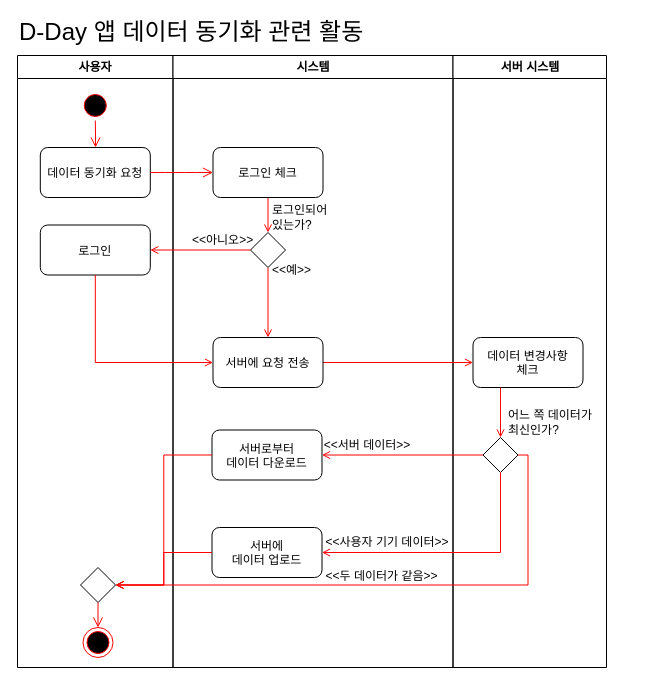
This is activity diagram - userinfoupdate.drawio from baechuTree/softwareEngineering, a draw.io file, before an edit. Source tidied: cells renumbered, new cells numbered last; positions are measured from the earlier drawing's top-left corner, leaving out a move shared by most shapes. Both pictures are drawn from the tidied source at 100%, with x=0, y=0 at pixel (17, 17).
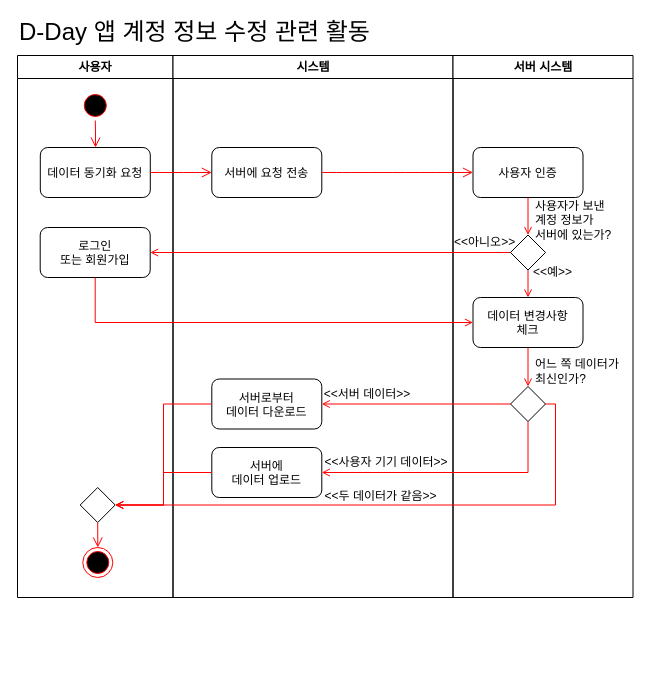
After the change.

Unchanged cells that the change refers to:
```xml
<mxCell id="5" value="데이터 동기화 요청" style="rounded=1;" parent="2" vertex="1">
  <mxGeometry x="22.8" y="92" width="110" height="50" as="geometry" />
</mxCell>
```

Change to the diagram source:
```diff
@@
     <mxCell id="2" value="사용자" style="swimlane;whiteSpace=wrap;startSize=23;" parent="1" vertex="1">
-      <mxGeometry y="38" width="155.5" height="612" as="geometry" />
+      <mxGeometry y="38" width="155.5" height="542" as="geometry" />
     </mxCell>
@@
-    <mxCell id="6" value="로그인" style="rounded=1;" parent="2" vertex="1">
-      <mxGeometry x="22.8" y="169.5" width="110" height="50" as="geometry" />
-    </mxCell>
-    <mxCell id="7" style="ellipse;shape=endState;fillColor=#000000;strokeColor=#ff0000;" parent="2" vertex="1">
-      <mxGeometry x="65.5" y="572" width="30" height="30" as="geometry" />
-    </mxCell>
-    <mxCell id="8" style="rhombus;whiteSpace=wrap;html=1;" parent="2" vertex="1">
-      <mxGeometry x="63" y="512" width="35" height="35" as="geometry" />
-    </mxCell>
-    <mxCell id="9" style="rounded=0;jettySize=auto;html=1;fontSize=12;startSize=8;endSize=8;strokeColor=#FF0000;endArrow=open;endFill=0;exitX=0.5;exitY=1;exitDx=0;exitDy=0;entryX=0.5;entryY=0;entryDx=0;entryDy=0;" parent="2" edge="1" source="8" target="7">
-      <mxGeometry relative="1" as="geometry" />
-    </mxCell>
     <mxCell id="10" value="시스템" style="swimlane;whiteSpace=wrap;" parent="1" vertex="1">
-      <mxGeometry x="155.5" y="38" width="280" height="612" as="geometry" />
+      <mxGeometry x="155.5" y="38" width="280" height="542" as="geometry" />
     </mxCell>
+    <mxCell id="32" value="서버에 요청 전송" style="rounded=1;" parent="10" vertex="1">
+      <mxGeometry x="38.8" y="92" width="110" height="50" as="geometry" />
+    </mxCell>
+    <mxCell id="39" style="ellipse;shape=endState;fillColor=#000000;strokeColor=#ff0000;" parent="10" vertex="1">
+      <mxGeometry x="-90.2" y="492" width="30" height="30" as="geometry" />
+    </mxCell>
+    <mxCell id="40" style="rhombus;whiteSpace=wrap;html=1;" parent="10" vertex="1">
+      <mxGeometry x="-92.8" y="432" width="35" height="35" as="geometry" />
+    </mxCell>
+    <mxCell id="41" style="rounded=0;jettySize=auto;html=1;fontSize=12;startSize=8;endSize=8;strokeColor=#FF0000;endArrow=open;endFill=0;exitX=0.5;exitY=1;exitDx=0;exitDy=0;entryX=0.5;entryY=0;entryDx=0;entryDy=0;" parent="10" edge="1" source="40" target="39">
+      <mxGeometry relative="1" as="geometry" />
+    </mxCell>
     <mxCell id="11" value="&amp;lt;&amp;lt;두 데이터가 같음&amp;gt;&amp;gt;" style="text;html=1;align=center;verticalAlign=middle;whiteSpace=wrap;rounded=0;" parent="10" vertex="1">
-      <mxGeometry x="150" y="506" width="117" height="30" as="geometry" />
+      <mxGeometry x="149.8" y="426" width="117" height="30" as="geometry" />
     </mxCell>
-    <mxCell id="12" style="rhombus;whiteSpace=wrap;html=1;" parent="10" vertex="1">
-      <mxGeometry x="77.5" y="177" width="35" height="35" as="geometry" />
-    </mxCell>
-    <mxCell id="13" value="로그인되어&lt;div&gt;있는가?&lt;/div&gt;" style="text;html=1;align=left;verticalAlign=middle;whiteSpace=wrap;rounded=0;" parent="10" vertex="1">
-      <mxGeometry x="97.5" y="147" width="60" height="30" as="geometry" />
-    </mxCell>
+    <mxCell id="18" value="서버에&#10;데이터 업로드" style="rounded=1;" parent="10" vertex="1">
+      <mxGeometry x="38.8" y="392" width="110" height="50" as="geometry" />
+    </mxCell>
+    <mxCell id="21" value="&amp;lt;&amp;lt;사용자 기기 데이터&amp;gt;&amp;gt;" style="text;html=1;align=center;verticalAlign=middle;whiteSpace=wrap;rounded=0;" parent="10" vertex="1">
+      <mxGeometry x="148.8" y="392" width="130" height="30" as="geometry" />
+    </mxCell>
+    <mxCell id="42" style="endArrow=open;strokeColor=#FF0000;endFill=1;rounded=0;entryX=1;entryY=0.5;entryDx=0;entryDy=0;exitX=0;exitY=0.5;exitDx=0;exitDy=0;edgeStyle=orthogonalEdgeStyle;" parent="10" edge="1" source="18" target="40">
+      <mxGeometry relative="1" as="geometry" />
+    </mxCell>
+    <mxCell id="19" value="서버로부터&#10;데이터 다운로드" style="rounded=1;" parent="10" vertex="1">
+      <mxGeometry x="38.8" y="323.5" width="110" height="50" as="geometry" />
+    </mxCell>
+    <mxCell id="43" style="endArrow=open;strokeColor=#FF0000;endFill=1;rounded=0;entryX=1;entryY=0.5;entryDx=0;entryDy=0;exitX=0;exitY=0.5;exitDx=0;exitDy=0;edgeStyle=orthogonalEdgeStyle;" parent="10" edge="1" source="19" target="40">
+      <mxGeometry relative="1" as="geometry" />
+    </mxCell>
+    <mxCell id="20" value="&amp;lt;&amp;lt;서버 데이터&amp;gt;&amp;gt;" style="text;html=1;align=center;verticalAlign=middle;whiteSpace=wrap;rounded=0;" parent="10" vertex="1">
+      <mxGeometry x="149.8" y="323.5" width="90" height="30" as="geometry" />
+    </mxCell>
+    <mxCell id="44" value="D-Day 앱 계정 정보 수정 관련 활동" style="text;html=1;align=left;verticalAlign=middle;whiteSpace=wrap;rounded=0;fontSize=24;" parent="1" vertex="1">
+      <mxGeometry width="385.5" height="30" as="geometry" />
+    </mxCell>
+    <mxCell id="17" value="서버 시스템" style="swimlane;whiteSpace=wrap;startSize=23;" parent="1" vertex="1">
+      <mxGeometry x="435.5" y="38" width="180" height="542" as="geometry" />
+    </mxCell>
+    <mxCell id="24" value="데이터 변경사항&#10;체크" style="rounded=1;" parent="17" vertex="1">
+      <mxGeometry x="20" y="242" width="110" height="50" as="geometry" />
+    </mxCell>
+    <mxCell id="45" style="endArrow=open;strokeColor=#FF0000;endFill=1;rounded=0;entryX=0.5;entryY=0;entryDx=0;entryDy=0;exitX=0.25;exitY=1;exitDx=0;exitDy=0;" parent="17" edge="1" target="53">
+      <mxGeometry relative="1" as="geometry">
+        <mxPoint x="75" y="292" as="sourcePoint" />
+      </mxGeometry>
+    </mxCell>
+    <mxCell id="46" value="사용자 인증" style="rounded=1;" parent="17" vertex="1">
+      <mxGeometry x="20" y="92" width="110" height="50" as="geometry" />
+    </mxCell>
+    <mxCell id="47" value="&lt;div&gt;사용자가 보낸&lt;/div&gt;&lt;div&gt;계정 정보가&lt;/div&gt;&lt;div&gt;서버에 있는가?&lt;/div&gt;" style="text;html=1;align=left;verticalAlign=middle;whiteSpace=wrap;rounded=0;" parent="17" vertex="1">
+      <mxGeometry x="80" y="150" width="90" height="30" as="geometry" />
+    </mxCell>
+    <mxCell id="48" style="endArrow=open;strokeColor=#FF0000;endFill=1;rounded=0;exitX=0.5;exitY=1;exitDx=0;exitDy=0;" parent="17" edge="1" source="46" target="52">
+      <mxGeometry relative="1" as="geometry" />
+    </mxCell>
+    <mxCell id="49" value="로그인&#10;또는 회원가입" style="rounded=1;" parent="17" vertex="1">
+      <mxGeometry x="-412.8" y="172" width="110" height="50" as="geometry" />
+    </mxCell>
+    <mxCell id="50" style="edgeStyle=orthogonalEdgeStyle;rounded=0;jettySize=auto;html=1;endArrow=open;endFill=0;strokeColor=#FF0000;entryX=1;entryY=0.5;entryDx=0;entryDy=0;exitX=0;exitY=0.5;exitDx=0;exitDy=0;" parent="17" edge="1" source="52" target="49">
+      <mxGeometry relative="1" as="geometry" />
+    </mxCell>
+    <mxCell id="15" value="&amp;lt;&amp;lt;아니오&amp;gt;&amp;gt;" style="text;html=1;align=left;verticalAlign=middle;whiteSpace=wrap;rounded=0;" parent="17" vertex="1">
+      <mxGeometry x="-1" y="172" width="70" height="30" as="geometry" />
+    </mxCell>
+    <mxCell id="51" style="edgeStyle=orthogonalEdgeStyle;rounded=0;jettySize=auto;html=1;endArrow=open;endFill=0;strokeColor=#FF0000;exitX=0.5;exitY=1;exitDx=0;exitDy=0;entryX=0;entryY=0.5;entryDx=0;entryDy=0;" parent="17" edge="1" source="49" target="24">
+      <mxGeometry relative="1" as="geometry" />
+    </mxCell>
+    <mxCell id="52" style="rhombus;whiteSpace=wrap;html=1;" parent="17" vertex="1">
+      <mxGeometry x="57.5" y="179.5" width="35" height="35" as="geometry" />
+    </mxCell>
-    <mxCell id="14" value="&amp;lt;&amp;lt;예&amp;gt;&amp;gt;" style="text;html=1;align=left;verticalAlign=middle;whiteSpace=wrap;rounded=0;" parent="10" vertex="1">
-      <mxGeometry x="97" y="199.5" width="60" height="30" as="geometry" />
+    <mxCell id="14" value="&amp;lt;&amp;lt;예&amp;gt;&amp;gt;" style="text;html=1;align=left;verticalAlign=middle;whiteSpace=wrap;rounded=0;" parent="17" vertex="1">
+      <mxGeometry x="78.5" y="202" width="60" height="30" as="geometry" />
     </mxCell>
-    <mxCell id="15" value="&amp;lt;&amp;lt;아니오&amp;gt;&amp;gt;" style="text;html=1;align=left;verticalAlign=middle;whiteSpace=wrap;rounded=0;" parent="10" vertex="1">
-      <mxGeometry x="17.5" y="169.5" width="70" height="30" as="geometry" />
-    </mxCell>
-    <mxCell id="16" value="D-Day 앱 데이터 동기화 관련 활동" style="text;html=1;align=left;verticalAlign=middle;whiteSpace=wrap;rounded=0;fontSize=24;" parent="1" vertex="1">
-      <mxGeometry width="385.5" height="30" as="geometry" />
-    </mxCell>
-    <mxCell id="17" value="서버 시스템" style="swimlane;whiteSpace=wrap;startSize=23;" parent="1" vertex="1">
-      <mxGeometry x="435.5" y="38" width="153.5" height="612" as="geometry" />
-    </mxCell>
-    <mxCell id="18" value="서버에&#10;데이터 업로드" style="rounded=1;" parent="17" vertex="1">
-      <mxGeometry x="-241" y="472" width="110" height="50" as="geometry" />
-    </mxCell>
-    <mxCell id="19" value="서버로부터&#10;데이터 다운로드" style="rounded=1;" parent="17" vertex="1">
-      <mxGeometry x="-241" y="374.5" width="110" height="50" as="geometry" />
-    </mxCell>
-    <mxCell id="20" value="&amp;lt;&amp;lt;서버 데이터&amp;gt;&amp;gt;" style="text;html=1;align=center;verticalAlign=middle;whiteSpace=wrap;rounded=0;" parent="17" vertex="1">
-      <mxGeometry x="-131" y="374.5" width="90" height="30" as="geometry" />
-    </mxCell>
-    <mxCell id="21" value="&amp;lt;&amp;lt;사용자 기기 데이터&amp;gt;&amp;gt;" style="text;html=1;align=center;verticalAlign=middle;whiteSpace=wrap;rounded=0;" parent="17" vertex="1">
-      <mxGeometry x="-131" y="472" width="130" height="30" as="geometry" />
-    </mxCell>
-    <mxCell id="22" style="rhombus;whiteSpace=wrap;html=1;" parent="17" vertex="1">
-      <mxGeometry x="30" y="382" width="35" height="35" as="geometry" />
-    </mxCell>
+    <mxCell id="53" style="rhombus;whiteSpace=wrap;html=1;" parent="17" vertex="1">
+      <mxGeometry x="57.5" y="331" width="35" height="35" as="geometry" />
+    </mxCell>
     <mxCell id="23" value="어느 쪽 데이터가&lt;div&gt;최신인가?&lt;/div&gt;" style="text;html=1;align=left;verticalAlign=middle;whiteSpace=wrap;rounded=0;" parent="17" vertex="1">
-      <mxGeometry x="53" y="352" width="110" height="30" as="geometry" />
+      <mxGeometry x="80.5" y="301" width="89.5" height="30" as="geometry" />
     </mxCell>
-    <mxCell id="24" value="데이터 변경사항&#10;체크" style="rounded=1;" parent="17" vertex="1">
-      <mxGeometry x="20" y="282" width="110" height="50" as="geometry" />
-    </mxCell>
-    <mxCell id="25" style="endArrow=open;strokeColor=#FF0000;endFill=1;rounded=0;entryX=0.5;entryY=0;entryDx=0;entryDy=0;exitX=0.25;exitY=1;exitDx=0;exitDy=0;" parent="17" edge="1" source="24" target="22">
-      <mxGeometry relative="1" as="geometry" />
-    </mxCell>
-    <mxCell id="26" style="endArrow=open;strokeColor=#FF0000;endFill=1;rounded=0;entryX=1;entryY=0.5;entryDx=0;entryDy=0;exitX=0.5;exitY=1;exitDx=0;exitDy=0;edgeStyle=orthogonalEdgeStyle;" parent="17" edge="1" source="22" target="18">
-      <mxGeometry relative="1" as="geometry" />
-    </mxCell>
-    <mxCell id="27" style="endArrow=open;strokeColor=#FF0000;endFill=1;rounded=0;entryX=1;entryY=0.5;entryDx=0;entryDy=0;exitX=0;exitY=0.5;exitDx=0;exitDy=0;edgeStyle=orthogonalEdgeStyle;" parent="17" edge="1" source="22" target="19">
-      <mxGeometry relative="1" as="geometry" />
-    </mxCell>
-    <mxCell id="28" style="edgeStyle=none;curved=1;rounded=0;jettySize=auto;html=1;fontSize=12;startSize=8;endSize=8;strokeColor=#FF0000;endArrow=open;endFill=0;entryX=0;entryY=0.5;entryDx=0;entryDy=0;" parent="1" edge="1" source="5" target="38">
-      <mxGeometry relative="1" as="geometry" />
-    </mxCell>
-    <mxCell id="29" style="edgeStyle=orthogonalEdgeStyle;rounded=0;jettySize=auto;html=1;endArrow=open;endFill=0;strokeColor=#FF0000;entryX=1;entryY=0.5;entryDx=0;entryDy=0;exitX=0;exitY=0.5;exitDx=0;exitDy=0;" parent="1" edge="1" source="12" target="6">
-      <mxGeometry relative="1" as="geometry" />
-    </mxCell>
-    <mxCell id="30" style="edgeStyle=orthogonalEdgeStyle;rounded=0;jettySize=auto;html=1;endArrow=open;endFill=0;strokeColor=#FF0000;exitX=1;exitY=0.5;exitDx=0;exitDy=0;entryX=0;entryY=0.5;entryDx=0;entryDy=0;" parent="1" edge="1" source="32" target="24">
-      <mxGeometry relative="1" as="geometry" />
-    </mxCell>
-    <mxCell id="31" style="edgeStyle=orthogonalEdgeStyle;rounded=0;jettySize=auto;html=1;endArrow=open;endFill=0;strokeColor=#FF0000;exitX=0.5;exitY=1;exitDx=0;exitDy=0;entryX=0;entryY=0.5;entryDx=0;entryDy=0;" parent="1" edge="1" source="6" target="32">
-      <mxGeometry relative="1" as="geometry" />
-    </mxCell>
-    <mxCell id="32" value="서버에 요청 전송" style="rounded=1;" parent="1" vertex="1">
-      <mxGeometry x="195.5" y="320" width="110" height="50" as="geometry" />
-    </mxCell>
-    <mxCell id="33" style="endArrow=open;strokeColor=#FF0000;endFill=1;rounded=0;entryX=0.5;entryY=0;entryDx=0;entryDy=0;exitX=0.5;exitY=1;exitDx=0;exitDy=0;" parent="1" edge="1" source="12" target="32">
-      <mxGeometry relative="1" as="geometry" />
-    </mxCell>
-    <mxCell id="34" style="endArrow=open;strokeColor=#FF0000;endFill=1;rounded=0;entryX=1;entryY=0.5;entryDx=0;entryDy=0;exitX=0;exitY=0.5;exitDx=0;exitDy=0;edgeStyle=orthogonalEdgeStyle;" parent="1" edge="1" source="18" target="8">
-      <mxGeometry relative="1" as="geometry" />
-    </mxCell>
-    <mxCell id="35" style="endArrow=open;strokeColor=#FF0000;endFill=1;rounded=0;entryX=1;entryY=0.5;entryDx=0;entryDy=0;exitX=0;exitY=0.5;exitDx=0;exitDy=0;edgeStyle=orthogonalEdgeStyle;" parent="1" edge="1" source="19" target="8">
-      <mxGeometry relative="1" as="geometry" />
-    </mxCell>
-    <mxCell id="36" style="endArrow=open;strokeColor=#FF0000;endFill=1;rounded=0;entryX=1;entryY=0.5;entryDx=0;entryDy=0;exitX=1;exitY=0.5;exitDx=0;exitDy=0;edgeStyle=orthogonalEdgeStyle;" parent="1" edge="1" source="22" target="8">
-      <mxGeometry relative="1" as="geometry" />
-    </mxCell>
-    <mxCell id="37" style="endArrow=open;strokeColor=#FF0000;endFill=1;rounded=0;exitX=0.5;exitY=1;exitDx=0;exitDy=0;" parent="1" edge="1" source="38" target="12">
-      <mxGeometry relative="1" as="geometry" />
-    </mxCell>
-    <mxCell id="38" value="로그인 체크" style="rounded=1;" parent="1" vertex="1">
-      <mxGeometry x="195.5" y="130" width="110" height="50" as="geometry" />
-    </mxCell>
+    <mxCell id="54" style="endArrow=open;strokeColor=#FF0000;endFill=1;rounded=0;exitX=0.5;exitY=1;exitDx=0;exitDy=0;entryX=0.5;entryY=0;entryDx=0;entryDy=0;" parent="17" edge="1" source="52" target="24">
+      <mxGeometry relative="1" as="geometry" />
+    </mxCell>
+    <mxCell id="55" style="edgeStyle=none;curved=1;rounded=0;jettySize=auto;html=1;fontSize=12;startSize=8;endSize=8;strokeColor=#FF0000;endArrow=open;endFill=0;entryX=0;entryY=0.5;entryDx=0;entryDy=0;" parent="1" edge="1" source="5" target="32">
+      <mxGeometry relative="1" as="geometry" />
+    </mxCell>
+    <mxCell id="56" style="edgeStyle=none;curved=1;rounded=0;jettySize=auto;html=1;fontSize=12;startSize=8;endSize=8;strokeColor=#FF0000;endArrow=open;endFill=0;entryX=0;entryY=0.5;entryDx=0;entryDy=0;exitX=1;exitY=0.5;exitDx=0;exitDy=0;" parent="1" edge="1" source="32" target="46">
+      <mxGeometry relative="1" as="geometry" />
+    </mxCell>
+    <mxCell id="57" style="endArrow=open;strokeColor=#FF0000;endFill=1;rounded=0;entryX=1;entryY=0.5;entryDx=0;entryDy=0;exitX=1;exitY=0.5;exitDx=0;exitDy=0;edgeStyle=orthogonalEdgeStyle;" parent="1" edge="1" source="53" target="40">
+      <mxGeometry relative="1" as="geometry" />
+    </mxCell>
+    <mxCell id="58" style="endArrow=open;strokeColor=#FF0000;endFill=1;rounded=0;entryX=1;entryY=0.5;entryDx=0;entryDy=0;exitX=0.5;exitY=1;exitDx=0;exitDy=0;edgeStyle=orthogonalEdgeStyle;" parent="1" edge="1" source="53" target="18">
+      <mxGeometry relative="1" as="geometry" />
+    </mxCell>
+    <mxCell id="59" style="endArrow=open;strokeColor=#FF0000;endFill=1;rounded=0;entryX=1;entryY=0.5;entryDx=0;entryDy=0;exitX=0;exitY=0.5;exitDx=0;exitDy=0;edgeStyle=orthogonalEdgeStyle;" parent="1" edge="1" source="53" target="19">
+      <mxGeometry relative="1" as="geometry" />
+    </mxCell>
```
